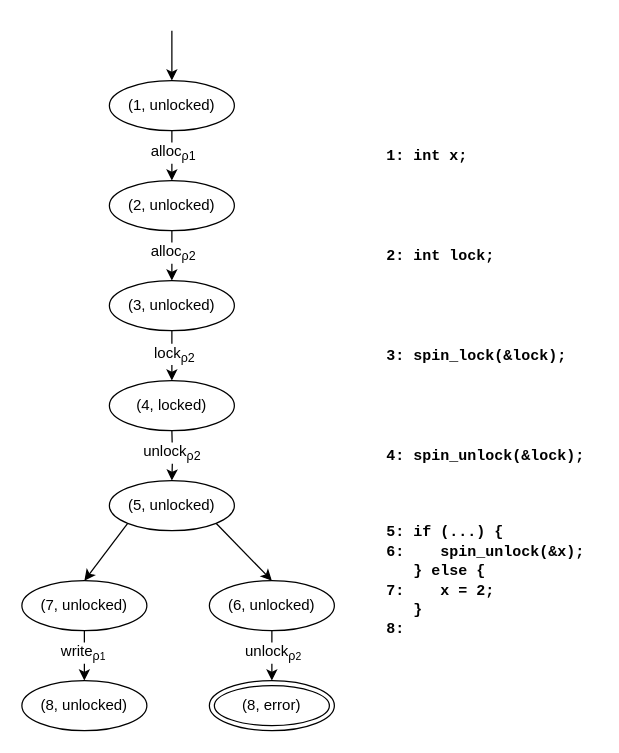
andersfischernielsen/Finding-Resource-Manipulation-Bugs-with-Monitor-Automata-on-the-Example-of-the-Linux-Kernel keeps this draw.io diagram as algorithm/figures/cfg_unlock-product.drawio. Above is the earlier version. Source tidied: cells renumbered, new cells numbered last; positions are measured from the earlier drawing's top-left corner, leaving out a move shared by most shapes. Both pictures are drawn from the tidied source at 125%, with x=0, y=0 at pixel (21, 30).
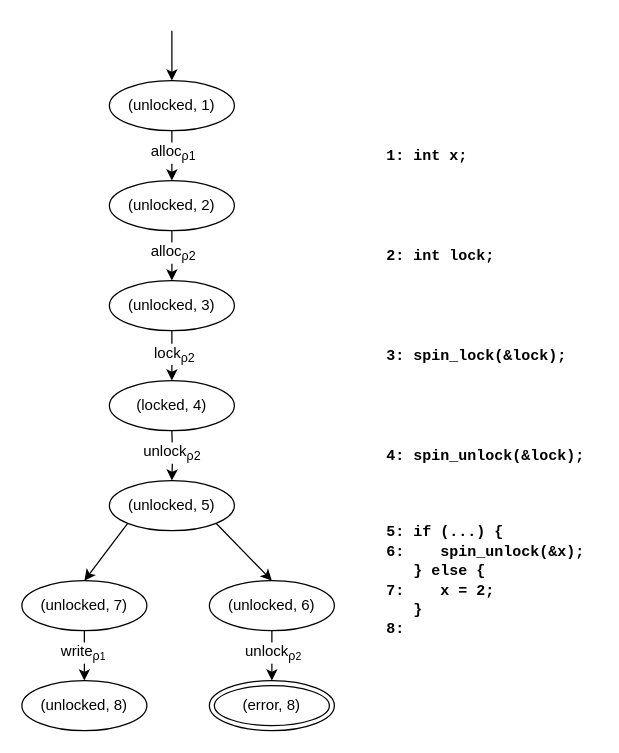
After the change.

Change to the diagram source:
```diff
@@
-    <mxCell id="8" value="&lt;font style=&quot;font-size: 12px&quot;&gt;(7, unlocked)&lt;/font&gt;" style="ellipse;whiteSpace=wrap;html=1;fontSize=10;fontStyle=0;verticalAlign=middle;spacingTop=0;" parent="1" vertex="1">
+    <mxCell id="8" value="&lt;font style=&quot;font-size: 12px&quot;&gt;(unlocked, 7)&lt;/font&gt;" style="ellipse;whiteSpace=wrap;html=1;fontSize=10;fontStyle=0;verticalAlign=middle;spacingTop=0;" parent="1" vertex="1">
       <mxGeometry y="440" width="100" height="40" as="geometry" />
     </mxCell>
@@
-    <mxCell id="11" value="&lt;font style=&quot;font-size: 12px&quot;&gt;&lt;span style=&quot;white-space: normal&quot;&gt;(8, error&lt;/span&gt;&lt;span style=&quot;white-space: normal&quot;&gt;)&lt;/span&gt;&lt;/font&gt;" style="ellipse;shape=doubleEllipse;whiteSpace=wrap;html=1;fontSize=10;fontStyle=0;verticalAlign=middle;spacingTop=0;" parent="1" vertex="1">
+    <mxCell id="11" value="&lt;font style=&quot;font-size: 12px&quot;&gt;&lt;span style=&quot;white-space: normal&quot;&gt;(error, 8&lt;/span&gt;&lt;span style=&quot;white-space: normal&quot;&gt;)&lt;/span&gt;&lt;/font&gt;" style="ellipse;shape=doubleEllipse;whiteSpace=wrap;html=1;fontSize=10;fontStyle=0;verticalAlign=middle;spacingTop=0;" parent="1" vertex="1">
       <mxGeometry x="150" y="520" width="100" height="40" as="geometry" />
     </mxCell>
@@
-    <mxCell id="25" value="&lt;font style=&quot;font-size: 12px&quot;&gt;(8,&amp;nbsp;unlocked)&lt;/font&gt;" style="ellipse;whiteSpace=wrap;html=1;fontSize=10;fontStyle=0;verticalAlign=middle;spacingTop=0;" parent="1" vertex="1">
+    <mxCell id="25" value="&lt;font style=&quot;font-size: 12px&quot;&gt;(unlocked, 8)&lt;/font&gt;" style="ellipse;whiteSpace=wrap;html=1;fontSize=10;fontStyle=0;verticalAlign=middle;spacingTop=0;" parent="1" vertex="1">
       <mxGeometry y="520" width="100" height="40" as="geometry" />
     </mxCell>
-    <mxCell id="26" value="&lt;font style=&quot;font-size: 12px&quot;&gt;(5,&amp;nbsp;unlocked)&lt;/font&gt;" style="ellipse;whiteSpace=wrap;html=1;fontSize=10;fontStyle=0;verticalAlign=middle;spacingTop=0;" parent="1" vertex="1">
+    <mxCell id="26" value="&lt;font style=&quot;font-size: 12px&quot;&gt;(unlocked, 5)&lt;/font&gt;" style="ellipse;whiteSpace=wrap;html=1;fontSize=10;fontStyle=0;verticalAlign=middle;spacingTop=0;" parent="1" vertex="1">
       <mxGeometry x="70" y="360" width="100" height="40" as="geometry" />
     </mxCell>
-    <mxCell id="27" value="&lt;font style=&quot;font-size: 12px&quot;&gt;(4, locked)&lt;/font&gt;" style="ellipse;whiteSpace=wrap;html=1;fontSize=10;fontStyle=0;verticalAlign=middle;spacingTop=0;" parent="1" vertex="1">
+    <mxCell id="27" value="&lt;font style=&quot;font-size: 12px&quot;&gt;(locked, 4)&lt;/font&gt;" style="ellipse;whiteSpace=wrap;html=1;fontSize=10;fontStyle=0;verticalAlign=middle;spacingTop=0;" parent="1" vertex="1">
       <mxGeometry x="70" y="280" width="100" height="40" as="geometry" />
     </mxCell>
-    <mxCell id="28" value="&lt;font style=&quot;font-size: 12px&quot;&gt;(3,&amp;nbsp;unlocked&lt;/font&gt;&lt;span style=&quot;font-size: 12px&quot;&gt;)&lt;/span&gt;" style="ellipse;whiteSpace=wrap;html=1;fontSize=10;fontStyle=0;verticalAlign=middle;spacingTop=0;" parent="1" vertex="1">
+    <mxCell id="28" value="&lt;font style=&quot;font-size: 12px&quot;&gt;(unlocked, 3&lt;/font&gt;&lt;span style=&quot;font-size: 12px&quot;&gt;)&lt;/span&gt;" style="ellipse;whiteSpace=wrap;html=1;fontSize=10;fontStyle=0;verticalAlign=middle;spacingTop=0;" parent="1" vertex="1">
       <mxGeometry x="70" y="200" width="100" height="40" as="geometry" />
     </mxCell>
-    <mxCell id="29" value="&lt;font style=&quot;font-size: 12px&quot;&gt;(2,&amp;nbsp;unlocked&lt;/font&gt;&lt;span style=&quot;font-size: 12px&quot;&gt;)&lt;/span&gt;" style="ellipse;whiteSpace=wrap;html=1;fontSize=10;fontStyle=0;verticalAlign=middle;spacingTop=0;" parent="1" vertex="1">
+    <mxCell id="29" value="&lt;font style=&quot;font-size: 12px&quot;&gt;(unlocked, 2&lt;/font&gt;&lt;span style=&quot;font-size: 12px&quot;&gt;)&lt;/span&gt;" style="ellipse;whiteSpace=wrap;html=1;fontSize=10;fontStyle=0;verticalAlign=middle;spacingTop=0;" parent="1" vertex="1">
       <mxGeometry x="70" y="120" width="100" height="40" as="geometry" />
     </mxCell>
-    <mxCell id="30" value="&lt;font style=&quot;font-size: 12px&quot;&gt;(1,&amp;nbsp;unlocked)&lt;/font&gt;" style="ellipse;whiteSpace=wrap;html=1;fontSize=10;fontStyle=0;verticalAlign=middle;spacingTop=0;" parent="1" vertex="1">
+    <mxCell id="30" value="&lt;font style=&quot;font-size: 12px&quot;&gt;(unlocked, 1)&lt;/font&gt;" style="ellipse;whiteSpace=wrap;html=1;fontSize=10;fontStyle=0;verticalAlign=middle;spacingTop=0;" parent="1" vertex="1">
       <mxGeometry x="70" y="40" width="100" height="40" as="geometry" />
     </mxCell>
-    <mxCell id="31" value="&lt;font style=&quot;font-size: 12px&quot;&gt;(6,&amp;nbsp;unlocked)&lt;/font&gt;" style="ellipse;whiteSpace=wrap;html=1;fontSize=10;fontStyle=0;verticalAlign=middle;spacingTop=0;" parent="1" vertex="1">
+    <mxCell id="31" value="&lt;font style=&quot;font-size: 12px&quot;&gt;(unlocked, 6)&lt;/font&gt;" style="ellipse;whiteSpace=wrap;html=1;fontSize=10;fontStyle=0;verticalAlign=middle;spacingTop=0;" parent="1" vertex="1">
       <mxGeometry x="150" y="440" width="100" height="40" as="geometry" />
     </mxCell>
```
